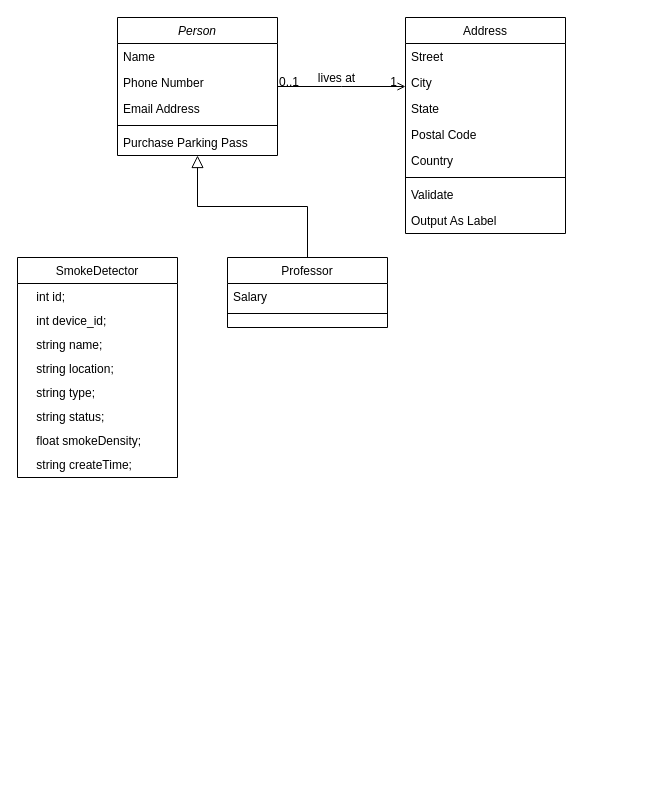
Earlier version of the draw.io diagram graph/未命名绘图.drawio (buggzd/UnityFiresimulation). Source tidied: cells renumbered, new cells numbered last; positions are measured from the earlier drawing's top-left corner, leaving out a move shared by most shapes. Both pictures are drawn from the tidied source at 100%, with x=0, y=0 at pixel (17, 17).
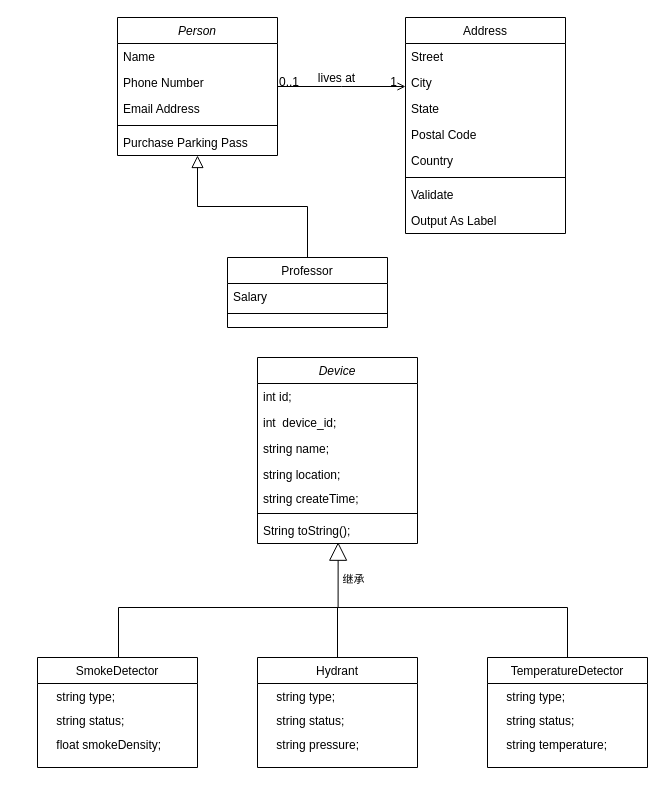
The same diagram, later.

Commit message:
更新未命名绘图.drawio

Change to the diagram source:
```diff
@@
     <mxCell id="8" value="SmokeDetector" style="swimlane;fontStyle=0;align=center;verticalAlign=top;horizontal=1;startSize=26;rounded=0;shadow=0;strokeWidth=1;" parent="1" vertex="1">
-      <mxGeometry y="240" width="160" height="220" as="geometry" />
+      <mxGeometry x="20" y="640" width="160" height="110" as="geometry" />
     </mxCell>
-    <mxCell id="9" value="    int id;" style="text;align=left;verticalAlign=top;spacingLeft=4;spacingRight=4;overflow=hidden;" parent="8" vertex="1">
-      <mxGeometry y="26" width="160" height="24" as="geometry" />
-    </mxCell>
-    <mxCell id="10" value="    int device_id;" style="text;align=left;verticalAlign=top;spacingLeft=4;spacingRight=4;overflow=hidden;" parent="8" vertex="1">
-      <mxGeometry y="50" width="160" height="24" as="geometry" />
-    </mxCell>
-    <mxCell id="11" value="    string name;" style="text;align=left;verticalAlign=top;spacingLeft=4;spacingRight=4;overflow=hidden;" parent="8" vertex="1">
-      <mxGeometry y="74" width="160" height="24" as="geometry" />
-    </mxCell>
-    <mxCell id="12" value="    string location;" style="text;align=left;verticalAlign=top;spacingLeft=4;spacingRight=4;overflow=hidden;" parent="8" vertex="1">
-      <mxGeometry y="98" width="160" height="24" as="geometry" />
-    </mxCell>
+    <mxCell id="34" value="继承" style="endArrow=block;endSize=16;endFill=0;html=1;rounded=0;entryX=0.504;entryY=0.951;entryDx=0;entryDy=0;entryPerimeter=0;edgeStyle=orthogonalEdgeStyle;" parent="8" edge="1" target="37">
+      <mxGeometry x="0.78" y="-15" relative="1" as="geometry">
+        <mxPoint x="80" as="sourcePoint" />
+        <Array as="points">
+          <mxPoint x="81" />
+          <mxPoint x="81" y="-50" />
+          <mxPoint x="300" y="-50" />
+          <mxPoint x="300" y="-115" />
+        </Array>
+      </mxGeometry>
+    </mxCell>
     <mxCell id="13" value="    string type;" style="text;align=left;verticalAlign=top;spacingLeft=4;spacingRight=4;overflow=hidden;" parent="8" vertex="1">
-      <mxGeometry y="122" width="160" height="24" as="geometry" />
+      <mxGeometry y="26" width="160" height="24" as="geometry" />
     </mxCell>
     <mxCell id="14" value="    string status;" style="text;align=left;verticalAlign=top;spacingLeft=4;spacingRight=4;overflow=hidden;" parent="8" vertex="1">
-      <mxGeometry y="146" width="160" height="24" as="geometry" />
+      <mxGeometry y="50" width="160" height="24" as="geometry" />
     </mxCell>
     <mxCell id="15" value="    float smokeDensity;&#10;  " style="text;align=left;verticalAlign=top;spacingLeft=4;spacingRight=4;overflow=hidden;" parent="8" vertex="1">
-      <mxGeometry y="170" width="160" height="24" as="geometry" />
+      <mxGeometry y="74" width="160" height="24" as="geometry" />
     </mxCell>
-    <mxCell id="16" value="    string createTime;" style="text;align=left;verticalAlign=top;spacingLeft=4;spacingRight=4;overflow=hidden;" parent="8" vertex="1">
-      <mxGeometry y="194" width="160" height="24" as="geometry" />
-    </mxCell>
@@
+    <mxCell id="35" value="Device" style="swimlane;fontStyle=2;align=center;verticalAlign=top;horizontal=1;startSize=26;rounded=0;shadow=0;strokeWidth=1;" parent="1" vertex="1">
+      <mxGeometry x="240" y="340" width="160" height="186" as="geometry" />
+    </mxCell>
+    <mxCell id="9" value="int id;" style="text;align=left;verticalAlign=top;spacingLeft=4;spacingRight=4;overflow=hidden;" parent="35" vertex="1">
+      <mxGeometry y="26" width="160" height="26" as="geometry" />
+    </mxCell>
+    <mxCell id="10" value="int  device_id;" style="text;align=left;verticalAlign=top;spacingLeft=4;spacingRight=4;overflow=hidden;rounded=0;shadow=0;html=0;" parent="35" vertex="1">
+      <mxGeometry y="52" width="160" height="26" as="geometry" />
+    </mxCell>
+    <mxCell id="11" value="string name;" style="text;align=left;verticalAlign=top;spacingLeft=4;spacingRight=4;overflow=hidden;rounded=0;shadow=0;html=0;" parent="35" vertex="1">
+      <mxGeometry y="78" width="160" height="26" as="geometry" />
+    </mxCell>
+    <mxCell id="12" value="string location;" style="text;align=left;verticalAlign=top;spacingLeft=4;spacingRight=4;overflow=hidden;" parent="35" vertex="1">
+      <mxGeometry y="104" width="160" height="24" as="geometry" />
+    </mxCell>
+    <mxCell id="16" value="string createTime;" style="text;align=left;verticalAlign=top;spacingLeft=4;spacingRight=4;overflow=hidden;" parent="35" vertex="1">
+      <mxGeometry y="128" width="160" height="24" as="geometry" />
+    </mxCell>
+    <mxCell id="36" style="line;html=1;strokeWidth=1;align=left;verticalAlign=middle;spacingTop=-1;spacingLeft=3;spacingRight=3;labelPosition=right;" parent="35" vertex="1">
+      <mxGeometry y="152" width="160" height="8" as="geometry" />
+    </mxCell>
+    <mxCell id="37" value="String toString();" style="text;align=left;verticalAlign=top;spacingLeft=4;spacingRight=4;overflow=hidden;points=[[0,0.5],[1,0.5]];portConstraint=eastwest;" parent="35" vertex="1">
+      <mxGeometry y="160" width="160" height="26" as="geometry" />
+    </mxCell>
+    <mxCell id="38" style="rounded=0;jettySize=auto;html=1;endArrow=none;endFill=0;" parent="1" edge="1" source="39">
+      <mxGeometry relative="1" as="geometry">
+        <mxPoint x="320" y="590" as="targetPoint" />
+      </mxGeometry>
+    </mxCell>
+    <mxCell id="39" value="Hydrant" style="swimlane;fontStyle=0;align=center;verticalAlign=top;horizontal=1;startSize=26;rounded=0;shadow=0;strokeWidth=1;" parent="1" vertex="1">
+      <mxGeometry x="240" y="640" width="160" height="110" as="geometry" />
+    </mxCell>
+    <mxCell id="40" value="    string type;" style="text;align=left;verticalAlign=top;spacingLeft=4;spacingRight=4;overflow=hidden;" parent="39" vertex="1">
+      <mxGeometry y="26" width="160" height="24" as="geometry" />
+    </mxCell>
+    <mxCell id="41" value="    string status;" style="text;align=left;verticalAlign=top;spacingLeft=4;spacingRight=4;overflow=hidden;" parent="39" vertex="1">
+      <mxGeometry y="50" width="160" height="24" as="geometry" />
+    </mxCell>
+    <mxCell id="42" value="    string pressure;&#10;  " style="text;align=left;verticalAlign=top;spacingLeft=4;spacingRight=4;overflow=hidden;" parent="39" vertex="1">
+      <mxGeometry y="74" width="160" height="24" as="geometry" />
+    </mxCell>
+    <mxCell id="43" style="edgeStyle=orthogonalEdgeStyle;rounded=0;jettySize=auto;html=1;endArrow=none;endFill=0;" parent="1" edge="1" source="44">
+      <mxGeometry relative="1" as="geometry">
+        <mxPoint x="320" y="590" as="targetPoint" />
+        <Array as="points">
+          <mxPoint x="550" y="590" />
+        </Array>
+      </mxGeometry>
+    </mxCell>
+    <mxCell id="44" value="TemperatureDetector" style="swimlane;fontStyle=0;align=center;verticalAlign=top;horizontal=1;startSize=26;rounded=0;shadow=0;strokeWidth=1;" parent="1" vertex="1">
+      <mxGeometry x="470" y="640" width="160" height="110" as="geometry" />
+    </mxCell>
+    <mxCell id="45" value="    string type;" style="text;align=left;verticalAlign=top;spacingLeft=4;spacingRight=4;overflow=hidden;" parent="44" vertex="1">
+      <mxGeometry y="26" width="160" height="24" as="geometry" />
+    </mxCell>
+    <mxCell id="46" value="    string status;" style="text;align=left;verticalAlign=top;spacingLeft=4;spacingRight=4;overflow=hidden;" parent="44" vertex="1">
+      <mxGeometry y="50" width="160" height="24" as="geometry" />
+    </mxCell>
+    <mxCell id="47" value="    string temperature;&#10;  " style="text;align=left;verticalAlign=top;spacingLeft=4;spacingRight=4;overflow=hidden;" parent="44" vertex="1">
+      <mxGeometry y="74" width="160" height="24" as="geometry" />
+    </mxCell>
```
